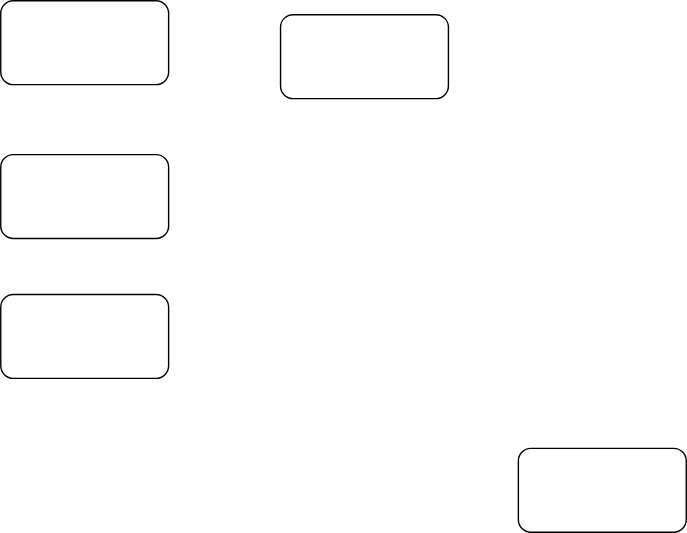
Before: 2-FTP-H2O.drawio.svg, a diagram exported from draw.io (Yalinsong/soso). Source tidied: cells renumbered, new cells last; positions are measured from the earlier drawing's top-left corner, leaving out a move shared by most shapes. The source it was exported from:
```xml
<mxGraphModel background="#ffffff">
  <root>
    <mxCell id="0" />
    <mxCell id="1" parent="0" />
    <mxCell id="2" style="rounded=1;whiteSpace=wrap;html=1;" parent="1" vertex="1">
      <mxGeometry width="120" height="60" as="geometry" />
    </mxCell>
    <mxCell id="3" style="rounded=1;whiteSpace=wrap;html=1;" parent="1" vertex="1">
      <mxGeometry x="370" y="320" width="120" height="60" as="geometry" />
    </mxCell>
    <mxCell id="4" style="rounded=1;whiteSpace=wrap;html=1;" parent="1" vertex="1">
      <mxGeometry x="200" y="10" width="120" height="60" as="geometry" />
    </mxCell>
    <mxCell id="5" style="rounded=1;whiteSpace=wrap;html=1;" parent="1" vertex="1">
      <mxGeometry y="210" width="120" height="60" as="geometry" />
    </mxCell>
    <mxCell id="6" style="rounded=1;whiteSpace=wrap;html=1;" parent="1" vertex="1">
      <mxGeometry y="110" width="120" height="60" as="geometry" />
    </mxCell>
  </root>
</mxGraphModel>
```
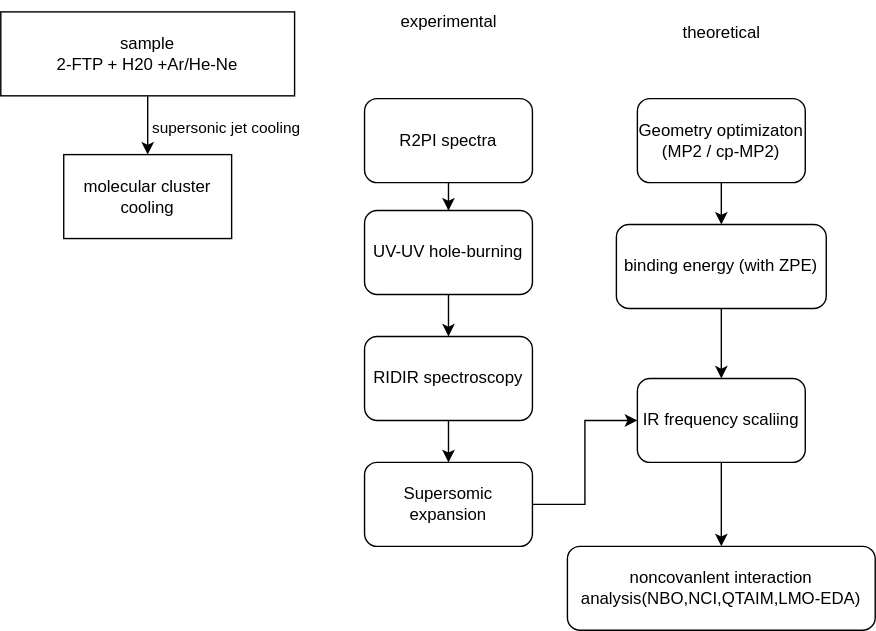
The same file after the commit.

The edit, as a diff of the source:
```diff
@@ -2,20 +2,70 @@
   <root>
     <mxCell id="0" />
     <mxCell id="1" parent="0" />
+    <mxCell id="7" style="edgeStyle=orthogonalEdgeStyle;rounded=0;jettySize=auto;html=1;" parent="1" edge="1" source="2" target="6">
+      <mxGeometry relative="1" as="geometry" />
+    </mxCell>
-    <mxCell id="2" style="rounded=1;whiteSpace=wrap;html=1;" parent="1" vertex="1">
-      <mxGeometry width="120" height="60" as="geometry" />
+    <mxCell id="2" value="R2PI spectra" style="rounded=1;whiteSpace=wrap;html=1;" parent="1" vertex="1">
+      <mxGeometry x="110" y="60" width="120" height="60" as="geometry" />
     </mxCell>
+    <mxCell id="8" style="edgeStyle=orthogonalEdgeStyle;rounded=0;jettySize=auto;html=1;" parent="1" edge="1" source="3" target="15">
+      <mxGeometry relative="1" as="geometry" />
+    </mxCell>
-    <mxCell id="3" style="rounded=1;whiteSpace=wrap;html=1;" parent="1" vertex="1">
-      <mxGeometry x="370" y="320" width="120" height="60" as="geometry" />
+    <mxCell id="3" value="Geometry optimizaton&lt;div&gt;(MP2 / cp-MP2)&lt;/div&gt;" style="rounded=1;whiteSpace=wrap;html=1;" parent="1" vertex="1">
+      <mxGeometry x="305" y="60" width="120" height="60" as="geometry" />
     </mxCell>
+    <mxCell id="9" style="edgeStyle=orthogonalEdgeStyle;rounded=0;jettySize=auto;html=1;" parent="1" edge="1" source="4" target="17">
+      <mxGeometry relative="1" as="geometry" />
+    </mxCell>
-    <mxCell id="4" style="rounded=1;whiteSpace=wrap;html=1;" parent="1" vertex="1">
-      <mxGeometry x="200" y="10" width="120" height="60" as="geometry" />
+    <mxCell id="4" value="Supersomic expansion" style="rounded=1;whiteSpace=wrap;html=1;" parent="1" vertex="1">
+      <mxGeometry x="110" y="320" width="120" height="60" as="geometry" />
     </mxCell>
+    <mxCell id="10" style="edgeStyle=orthogonalEdgeStyle;rounded=0;jettySize=auto;html=1;" parent="1" edge="1" source="5" target="4">
+      <mxGeometry relative="1" as="geometry" />
+    </mxCell>
-    <mxCell id="5" style="rounded=1;whiteSpace=wrap;html=1;" parent="1" vertex="1">
-      <mxGeometry y="210" width="120" height="60" as="geometry" />
+    <mxCell id="5" value="RIDIR spectroscopy" style="rounded=1;whiteSpace=wrap;html=1;" parent="1" vertex="1">
+      <mxGeometry x="110" y="230" width="120" height="60" as="geometry" />
     </mxCell>
+    <mxCell id="11" style="edgeStyle=orthogonalEdgeStyle;rounded=0;jettySize=auto;html=1;" parent="1" edge="1" source="6" target="5">
+      <mxGeometry relative="1" as="geometry" />
+    </mxCell>
-    <mxCell id="6" style="rounded=1;whiteSpace=wrap;html=1;" parent="1" vertex="1">
-      <mxGeometry y="110" width="120" height="60" as="geometry" />
+    <mxCell id="6" value="UV-UV hole-burning" style="rounded=1;whiteSpace=wrap;html=1;" parent="1" vertex="1">
+      <mxGeometry x="110" y="140" width="120" height="60" as="geometry" />
     </mxCell>
+    <mxCell id="12" value="experimental" style="text;html=1;align=center;verticalAlign=middle;strokeColor=none;fillColor=none;" parent="1" vertex="1">
+      <mxGeometry x="125" y="-10" width="90" height="30" as="geometry" />
+    </mxCell>
+    <mxCell id="13" value="theoretical" style="text;html=1;align=center;verticalAlign=middle;strokeColor=none;fillColor=none;" parent="1" vertex="1">
+      <mxGeometry x="325" y="-2" width="80" height="30" as="geometry" />
+    </mxCell>
+    <mxCell id="14" style="edgeStyle=orthogonalEdgeStyle;rounded=0;jettySize=auto;html=1;" parent="1" edge="1" source="15" target="17">
+      <mxGeometry relative="1" as="geometry" />
+    </mxCell>
+    <mxCell id="15" value="binding energy (with ZPE)" style="rounded=1;whiteSpace=wrap;html=1;" parent="1" vertex="1">
+      <mxGeometry x="290" y="150" width="150" height="60" as="geometry" />
+    </mxCell>
+    <mxCell id="16" style="edgeStyle=orthogonalEdgeStyle;rounded=0;jettySize=auto;html=1;" parent="1" edge="1" source="17" target="18">
+      <mxGeometry relative="1" as="geometry" />
+    </mxCell>
+    <mxCell id="17" value="IR frequency scaliing" style="rounded=1;whiteSpace=wrap;html=1;" parent="1" vertex="1">
+      <mxGeometry x="305" y="260" width="120" height="60" as="geometry" />
+    </mxCell>
+    <mxCell id="18" value="noncovanlent interaction analysis(NBO,NCI,QTAIM,LMO-EDA)" style="rounded=1;whiteSpace=wrap;html=1;" parent="1" vertex="1">
+      <mxGeometry x="255" y="380" width="220" height="60" as="geometry" />
+    </mxCell>
+    <mxCell id="19" style="edgeStyle=orthogonalEdgeStyle;rounded=0;jettySize=auto;html=1;" parent="1" edge="1" source="21" target="22">
+      <mxGeometry relative="1" as="geometry" />
+    </mxCell>
+    <mxCell id="20" value="supersonic jet cooling" style="edgeLabel;html=1;align=center;verticalAlign=middle;" parent="19" vertex="1">
+      <mxGeometry x="0.61" y="1" relative="1" as="geometry">
+        <mxPoint x="54" y="-12" as="offset" />
+      </mxGeometry>
+    </mxCell>
+    <mxCell id="21" value="sample&lt;div&gt;2-FTP + H20 +Ar/He-Ne&lt;/div&gt;" style="rounded=0;whiteSpace=wrap;html=1;" parent="1" vertex="1">
+      <mxGeometry x="-150" y="-2" width="210" height="60" as="geometry" />
+    </mxCell>
+    <mxCell id="22" value="molecular cluster cooling" style="rounded=0;whiteSpace=wrap;html=1;" parent="1" vertex="1">
+      <mxGeometry x="-105" y="100" width="120" height="60" as="geometry" />
+    </mxCell>
   </root>
 </mxGraphModel>
```
